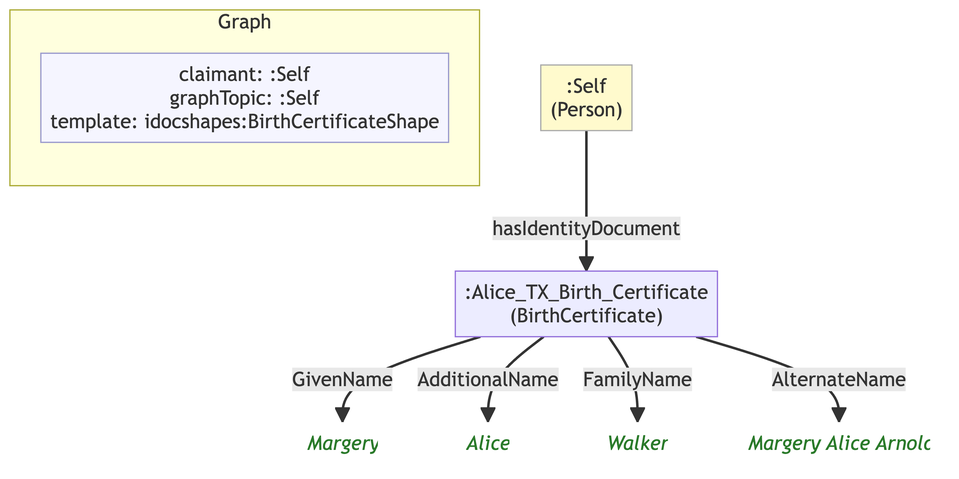
Before: example/graphs/images/graph-78.png, a diagram exported from Mermaid (MeeFoundation/mia-ontologies). Its source is kept beside it as example/graphs/images/graph-78.mmd.
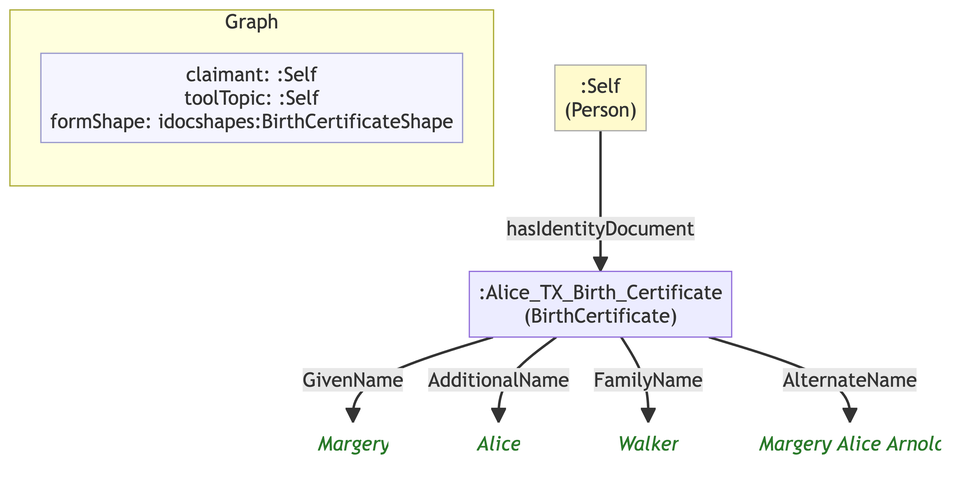
The same diagram one commit later.

The edit, as a diff of the source:
```diff
@@ -7,18 +7,18 @@
 
     subgraph ctx["Graph"]
         direction LR
-        ctx_meta["claimant: :Self\ngraphTopic: :Self\ntemplate: idocshapes:BirthCertificateShape"]:::meta
+        ctx_meta["claimant: :Self\ntoolTopic: :Self\nformShape: idocshapes:BirthCertificateShape"]:::meta
     end
 
-    n0b5b9e968f7f[":Alice_TX_Birth_Certificate\n(BirthCertificate)"]
-    ndae4d9394e70("Margery"):::lit
-    n1eb107154963("Alice"):::lit
-    na237b93265bb("Walker"):::lit
-    n1e22bdfb2072("Margery Alice Arnold"):::lit
-    ne0c3ba92f1db[":Self\n(Person)"]:::person
+    n054683d504ba[":Alice_TX_Birth_Certificate\n(BirthCertificate)"]
+    nec7d3df5d0fd("Margery"):::lit
+    na964da6f7bf0("Alice"):::lit
+    ncfb1e795d524("Walker"):::lit
+    nc5b8e2716229("Margery Alice Arnold"):::lit
+    n655e442e50be[":Self\n(Person)"]:::person
 
-    n0b5b9e968f7f -->|"GivenName"| ndae4d9394e70
-    n0b5b9e968f7f -->|"AdditionalName"| n1eb107154963
-    n0b5b9e968f7f -->|"FamilyName"| na237b93265bb
-    n0b5b9e968f7f -->|"AlternateName"| n1e22bdfb2072
-    ne0c3ba92f1db -->|"hasIdentityDocument"| n0b5b9e968f7f
+    n054683d504ba -->|"GivenName"| nec7d3df5d0fd
+    n054683d504ba -->|"AdditionalName"| na964da6f7bf0
+    n054683d504ba -->|"FamilyName"| ncfb1e795d524
+    n054683d504ba -->|"AlternateName"| nc5b8e2716229
+    n655e442e50be -->|"hasIdentityDocument"| n054683d504ba
```
